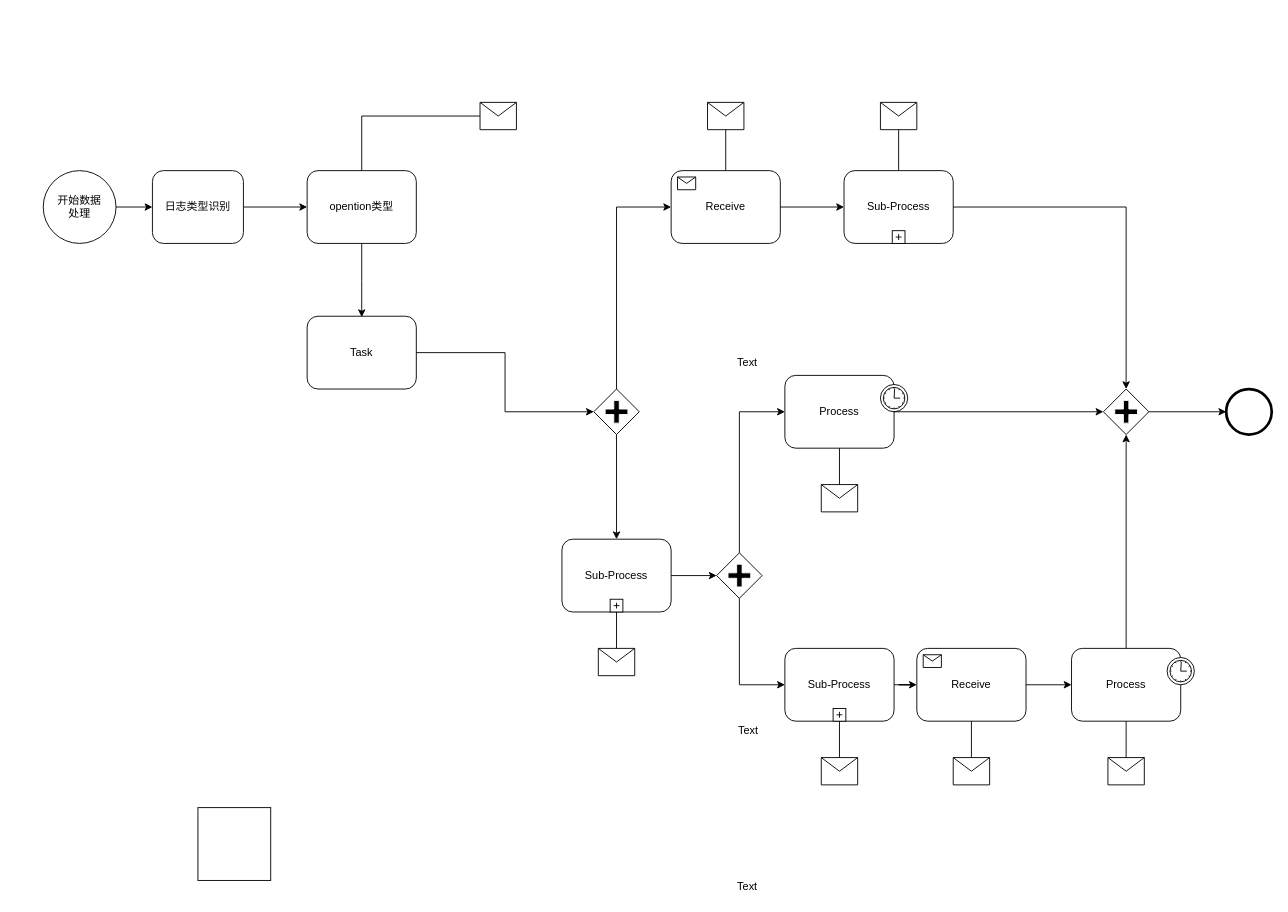
Earlier version of the draw.io diagram 数据分析流程.drawio (xu4877/robert). Source tidied: cells renumbered, new cells numbered last; positions are measured from the earlier drawing's top-left corner, leaving out a move shared by most shapes. Both pictures are drawn from the tidied source at 91%, with x=0, y=0 at pixel (43, 102).
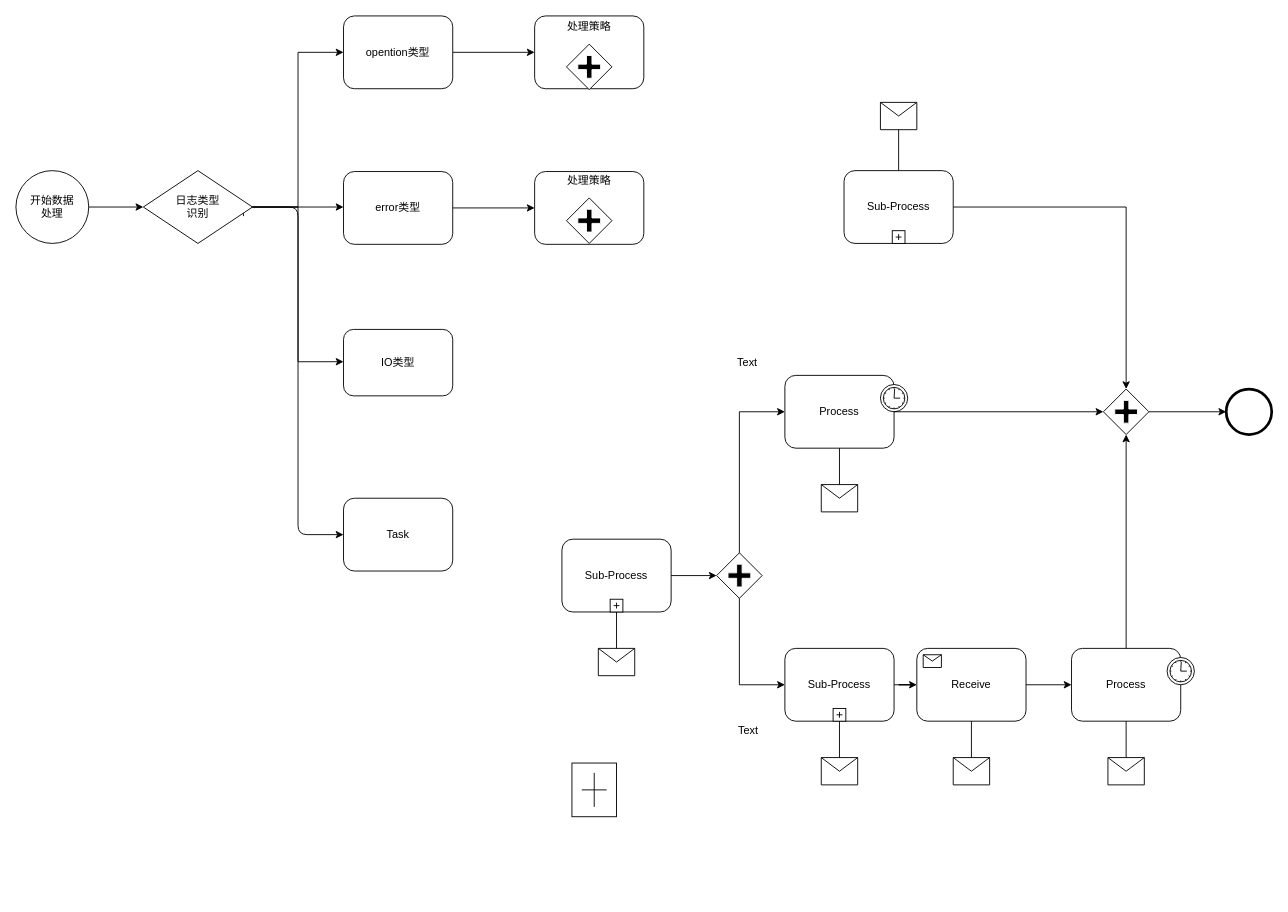
The same page after the edit.

Commit message:
Update 数据分析流程.drawio

Unchanged cells that the change refers to:
```xml
<mxCell id="7" value="Sub-Process" style="html=1;whiteSpace=wrap;rounded=1;" parent="1" vertex="1">
  <mxGeometry x="880" y="75" width="120" height="80" as="geometry" />
</mxCell>
<mxCell id="23" value="Sub-Process" style="html=1;whiteSpace=wrap;rounded=1;" parent="1" vertex="1">
  <mxGeometry x="570" y="480" width="120" height="80" as="geometry" />
</mxCell>
```

Diff of the diagram source:
```diff
@@
-    <mxCell id="2" value="日志类型识别" style="shape=ext;rounded=1;html=1;whiteSpace=wrap;" parent="1" vertex="1">
-      <mxGeometry x="120" y="75" width="100" height="80" as="geometry" />
-    </mxCell>
+    <mxCell id="9" style="html=1;whiteSpace=wrap;rounded=1;align=center;" parent="1" vertex="1">
+      <mxGeometry x="540" y="76" width="120" height="80" as="geometry" />
+    </mxCell>
+    <mxCell id="60" style="edgeStyle=orthogonalEdgeStyle;rounded=0;jettySize=auto;html=1;entryX=0;entryY=0.5;entryDx=0;entryDy=0;" parent="1" edge="1" source="3" target="9">
+      <mxGeometry relative="1" as="geometry" />
+    </mxCell>
-    <mxCell id="3" value="opention类型" style="shape=ext;rounded=1;html=1;whiteSpace=wrap;" parent="1" vertex="1">
-      <mxGeometry x="290" y="75" width="120" height="80" as="geometry" />
+    <mxCell id="3" value="error类型" style="shape=ext;rounded=1;html=1;whiteSpace=wrap;" parent="1" vertex="1">
+      <mxGeometry x="330" y="76" width="120" height="80" as="geometry" />
     </mxCell>
-    <mxCell id="4" style="shape=message;whiteSpace=wrap;html=1;" parent="1" vertex="1">
-      <mxGeometry x="480" width="40" height="30" as="geometry" />
-    </mxCell>
     <mxCell id="5" value="Task" style="shape=ext;rounded=1;html=1;whiteSpace=wrap;" parent="1" vertex="1">
-      <mxGeometry x="290" y="235" width="120" height="80" as="geometry" />
+      <mxGeometry x="330" y="435" width="120" height="80" as="geometry" />
     </mxCell>
     <mxCell id="6" style="shape=mxgraph.bpmn.shape;html=1;verticalLabelPosition=bottom;labelBackgroundColor=#ffffff;verticalAlign=top;perimeter=rhombusPerimeter;background=gateway;outline=none;symbol=parallelGw;" parent="1" vertex="1">
-      <mxGeometry x="605" y="315" width="50" height="50" as="geometry" />
+      <mxGeometry x="575" y="105" width="50" height="50" as="geometry" />
     </mxCell>
@@
-    <mxCell id="9" value="Receive" style="html=1;whiteSpace=wrap;rounded=1;" parent="1" vertex="1">
-      <mxGeometry x="690" y="75" width="120" height="80" as="geometry" />
-    </mxCell>
-    <mxCell id="10" style="html=1;shape=message;" parent="9" vertex="1">
-      <mxGeometry width="20" height="14" relative="1" as="geometry">
-        <mxPoint x="7" y="7" as="offset" />
-      </mxGeometry>
-    </mxCell>
@@
-    <mxCell id="21" style="shape=message;whiteSpace=wrap;html=1;" parent="1" vertex="1">
-      <mxGeometry x="730" width="40" height="30" as="geometry" />
-    </mxCell>
@@
-    <mxCell id="30" style="edgeStyle=orthogonalEdgeStyle;rounded=0;html=1;jettySize=auto;" parent="1" edge="1" source="56" target="2">
-      <mxGeometry relative="1" as="geometry" />
-    </mxCell>
-    <mxCell id="31" style="edgeStyle=orthogonalEdgeStyle;rounded=0;html=1;jettySize=auto;endArrow=none;endFill=0;" parent="1" edge="1" source="4" target="3">
-      <mxGeometry relative="1" as="geometry" />
-    </mxCell>
-    <mxCell id="32" style="edgeStyle=orthogonalEdgeStyle;rounded=0;html=1;jettySize=auto;" parent="1" edge="1" source="2" target="3">
-      <mxGeometry relative="1" as="geometry" />
+    <mxCell id="32" style="edgeStyle=orthogonalEdgeStyle;rounded=0;html=1;jettySize=auto;" parent="1" edge="1" target="3">
+      <mxGeometry relative="1" as="geometry">
+        <mxPoint x="190" y="116" as="sourcePoint" />
+        <Array as="points">
+          <mxPoint x="190" y="115" />
+        </Array>
+      </mxGeometry>
     </mxCell>
-    <mxCell id="33" style="edgeStyle=orthogonalEdgeStyle;rounded=0;html=1;jettySize=auto;" parent="1" edge="1" source="9" target="7">
-      <mxGeometry relative="1" as="geometry" />
-    </mxCell>
-    <mxCell id="34" style="edgeStyle=orthogonalEdgeStyle;rounded=0;html=1;jettySize=auto;endArrow=none;endFill=0;" parent="1" edge="1" source="21" target="9">
-      <mxGeometry relative="1" as="geometry" />
-    </mxCell>
@@
-    <mxCell id="40" style="edgeStyle=orthogonalEdgeStyle;rounded=0;html=1;jettySize=auto;" parent="1" edge="1" source="3">
-      <mxGeometry relative="1" as="geometry">
-        <mxPoint x="350" y="236" as="targetPoint" />
-      </mxGeometry>
-    </mxCell>
-    <mxCell id="41" style="edgeStyle=orthogonalEdgeStyle;rounded=0;html=1;jettySize=auto;" parent="1" edge="1" source="5" target="6">
-      <mxGeometry relative="1" as="geometry" />
-    </mxCell>
-    <mxCell id="42" style="edgeStyle=orthogonalEdgeStyle;rounded=0;html=1;jettySize=auto;" parent="1" edge="1" source="6" target="9">
-      <mxGeometry relative="1" as="geometry">
-        <Array as="points">
-          <mxPoint x="630" y="115" />
-        </Array>
-      </mxGeometry>
-    </mxCell>
-    <mxCell id="43" style="edgeStyle=orthogonalEdgeStyle;rounded=0;html=1;jettySize=auto;" parent="1" edge="1" source="6" target="23">
-      <mxGeometry relative="1" as="geometry" />
-    </mxCell>
@@
-    <mxCell id="55" style="whiteSpace=wrap;html=1;" parent="1" vertex="1">
-      <mxGeometry x="170" y="775" width="80" height="80" as="geometry" />
-    </mxCell>
+    <mxCell id="61" style="edgeStyle=orthogonalEdgeStyle;rounded=0;jettySize=auto;html=1;exitX=1;exitY=0.5;exitDx=0;exitDy=0;entryX=0;entryY=0.5;entryDx=0;entryDy=0;" parent="1" edge="1" source="56" target="69">
+      <mxGeometry relative="1" as="geometry" />
+    </mxCell>
     <mxCell id="56" value="开始数据&lt;br&gt;处理" style="ellipse;whiteSpace=wrap;html=1;" parent="1" vertex="1">
-      <mxGeometry y="75" width="80" height="80" as="geometry" />
+      <mxGeometry x="-30" y="75" width="80" height="80" as="geometry" />
     </mxCell>
@@
-    <mxCell id="58" value="Text" style="text;html=1;align=left;verticalAlign=top;spacingTop=-4;" parent="1" vertex="1">
-      <mxGeometry x="761" y="852" width="40" height="20" as="geometry" />
-    </mxCell>
@@
+    <mxCell id="62" value="IO类型" style="shape=ext;rounded=1;html=1;whiteSpace=wrap;" parent="1" vertex="1">
+      <mxGeometry x="330" y="249.5" width="120" height="73" as="geometry" />
+    </mxCell>
+    <mxCell id="63" style="html=1;shape=plus;" parent="1" vertex="1">
+      <mxGeometry x="581" y="726" width="49" height="59" as="geometry">
+        <mxPoint x="-314" y="26" as="offset" />
+      </mxGeometry>
+    </mxCell>
+    <mxCell id="64" value="处理策略" style="text;html=1;strokeColor=none;fillColor=none;align=center;verticalAlign=middle;whiteSpace=wrap;rounded=0;" parent="1" vertex="1">
+      <mxGeometry x="575" y="76" width="50" height="20" as="geometry" />
+    </mxCell>
+    <mxCell id="65" style="edgeStyle=orthogonalEdgeStyle;rounded=0;jettySize=auto;html=1;exitX=1;exitY=0.5;exitDx=0;exitDy=0;entryX=0;entryY=0.5;entryDx=0;entryDy=0;" parent="1" edge="1" source="66" target="70">
+      <mxGeometry relative="1" as="geometry" />
+    </mxCell>
+    <mxCell id="66" value="opention类型" style="shape=ext;rounded=1;html=1;whiteSpace=wrap;" parent="1" vertex="1">
+      <mxGeometry x="330" y="-95" width="120" height="80" as="geometry" />
+    </mxCell>
+    <mxCell id="67" style="edgeStyle=orthogonalEdgeStyle;rounded=0;jettySize=auto;html=1;entryX=0;entryY=0.5;entryDx=0;entryDy=0;" parent="1" edge="1" source="69" target="66">
+      <mxGeometry relative="1" as="geometry" />
+    </mxCell>
+    <mxCell id="68" style="edgeStyle=orthogonalEdgeStyle;rounded=0;jettySize=auto;html=1;exitX=0.917;exitY=0.625;exitDx=0;exitDy=0;exitPerimeter=0;" parent="1" edge="1" source="69">
+      <mxGeometry relative="1" as="geometry">
+        <mxPoint x="330" y="285" as="targetPoint" />
+        <Array as="points">
+          <mxPoint x="220" y="115" />
+          <mxPoint x="280" y="115" />
+          <mxPoint x="280" y="285" />
+        </Array>
+      </mxGeometry>
+    </mxCell>
+    <mxCell id="69" value="日志类型&lt;br&gt;识别" style="rhombus;whiteSpace=wrap;html=1;" parent="1" vertex="1">
+      <mxGeometry x="110" y="75" width="120" height="80" as="geometry" />
+    </mxCell>
+    <mxCell id="70" style="html=1;whiteSpace=wrap;rounded=1;align=center;" parent="1" vertex="1">
+      <mxGeometry x="540" y="-95" width="120" height="80" as="geometry" />
+    </mxCell>
+    <mxCell id="71" style="shape=mxgraph.bpmn.shape;html=1;verticalLabelPosition=bottom;labelBackgroundColor=#ffffff;verticalAlign=top;perimeter=rhombusPerimeter;background=gateway;outline=none;symbol=parallelGw;" parent="1" vertex="1">
+      <mxGeometry x="575" y="-64" width="50" height="50" as="geometry" />
+    </mxCell>
+    <mxCell id="72" value="处理策略" style="text;html=1;strokeColor=none;fillColor=none;align=center;verticalAlign=middle;whiteSpace=wrap;rounded=0;" parent="1" vertex="1">
+      <mxGeometry x="575" y="-93" width="50" height="20" as="geometry" />
+    </mxCell>
+    <mxCell id="73" style="endArrow=classic;html=1;entryX=0;entryY=0.5;entryDx=0;entryDy=0;" parent="1" edge="1" source="69" target="5">
+      <mxGeometry relative="1" as="geometry">
+        <Array as="points">
+          <mxPoint x="280" y="115" />
+          <mxPoint x="280" y="295" />
+          <mxPoint x="280" y="475" />
+        </Array>
+      </mxGeometry>
+    </mxCell>
```
